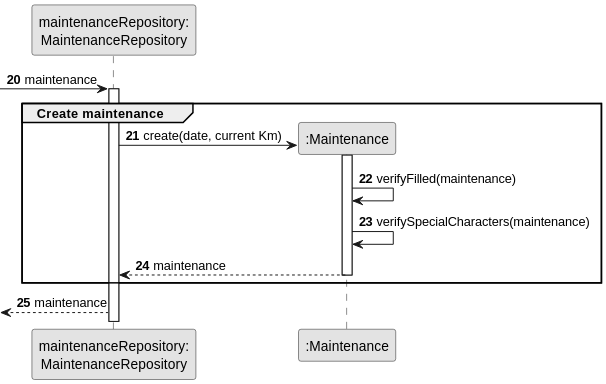
Above: docs/sprintB/us007/03.design/svg/us007-sequence-diagram-partial-create-maintenance.svg in RicardoMorim/lapr2-ISEP-Project (PlantUML), before the change. Its diagram source:
```plantuml
@startuml
skinparam monochrome true
skinparam packageStyle rectangle
skinparam shadowing false

autonumber 20

participant "maintenanceRepository:\nMaintenanceRepository" as MaintenanceRepository
participant ":Maintenance" as Maintenance

-> MaintenanceRepository :  maintenance
               group Create maintenance
            activate MaintenanceRepository

            MaintenanceRepository -> Maintenance** : create(date, current Km)
            activate Maintenance

                Maintenance -> Maintenance : verifyFilled(maintenance)
                Maintenance -> Maintenance : verifySpecialCharacters(maintenance)
                Maintenance --> MaintenanceRepository : maintenance
               deactivate
               end
                <-- MaintenanceRepository : maintenance
@enduml
```
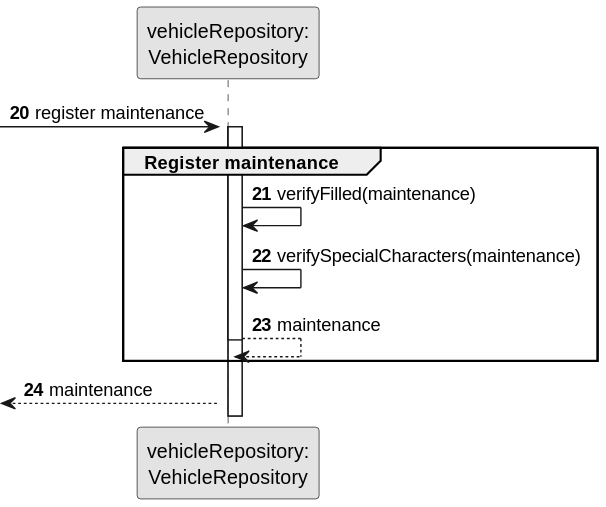
Above is the later version.

Commit message:
updated one of the partial sequence diagrams of the us007

Change to the diagram source:
```diff
@@ -5,20 +5,19 @@
 
 autonumber 20
 
-participant "maintenanceRepository:\nMaintenanceRepository" as MaintenanceRepository
-participant ":Maintenance" as Maintenance
+participant "vehicleRepository:\nVehicleRepository" as VehicleRepository
 
--> MaintenanceRepository :  maintenance
-               group Create maintenance
-            activate MaintenanceRepository
+-> VehicleRepository :  register maintenance
+               group Register maintenance
+            activate VehicleRepository
 
-            MaintenanceRepository -> Maintenance** : create(date, current Km)
-            activate Maintenance
 
-                Maintenance -> Maintenance : verifyFilled(maintenance)
-                Maintenance -> Maintenance : verifySpecialCharacters(maintenance)
-                Maintenance --> MaintenanceRepository : maintenance
+            activate VehicleRepository
+
+                VehicleRepository -> VehicleRepository : verifyFilled(maintenance)
+                VehicleRepository -> VehicleRepository : verifySpecialCharacters(maintenance)
+                    VehicleRepository --> VehicleRepository : maintenance
                deactivate
                end
-                <-- MaintenanceRepository : maintenance
+                <-- VehicleRepository : maintenance
 @enduml
```
